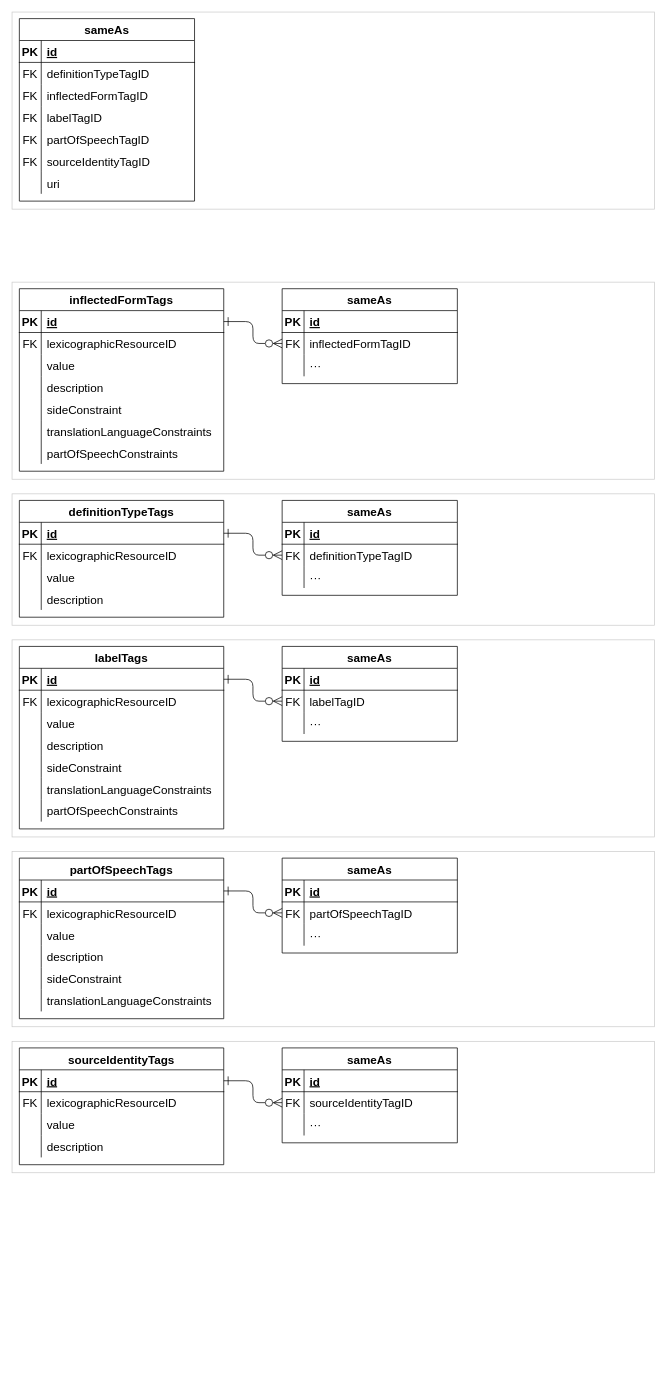
oasis-tcs/lexidma keeps this draw.io diagram as dmlex-v1.0/specification/modules/values/databaseDiagrams/diagrams.drawio. Above is the earlier version. Source tidied: cells renumbered, new cells numbered last; positions are measured from the earlier drawing's top-left corner, leaving out a move shared by most shapes. Both pictures are drawn from the tidied source at 73%, with x=0, y=0 at pixel (12, 12).
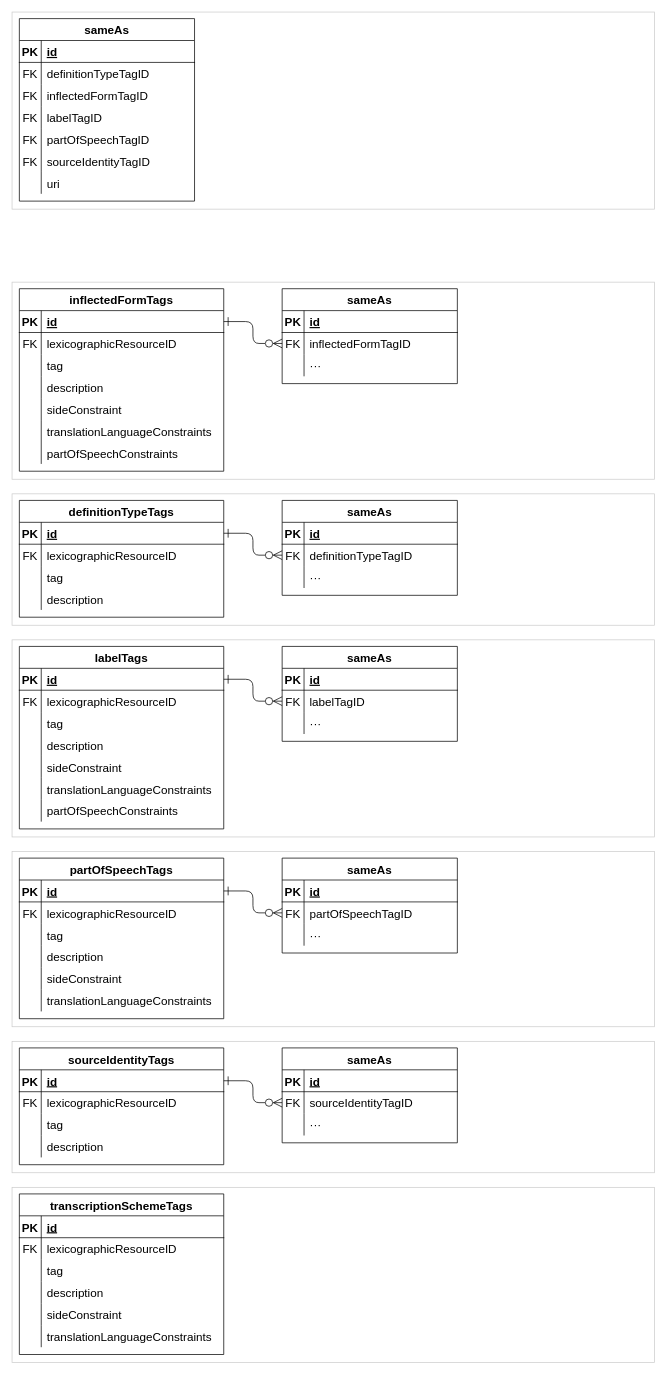
The same diagram, later.

Unchanged cells that the change refers to:
```xml
<mxCell id="11" style="shape=tableRow;horizontal=0;startSize=0;swimlaneHead=0;swimlaneBody=0;fillColor=none;top=0;left=0;right=0;bottom=0;fontSize=16;" parent="4" vertex="1">
  <mxGeometry y="90" width="280" height="30" as="geometry" />
</mxCell>
<mxCell id="67" style="shape=tableRow;horizontal=0;startSize=0;swimlaneHead=0;swimlaneBody=0;fillColor=none;top=0;left=0;right=0;bottom=0;fontSize=16;" parent="60" vertex="1">
  <mxGeometry y="90" width="280" height="30" as="geometry" />
</mxCell>
<mxCell id="92" style="shape=tableRow;horizontal=0;startSize=0;swimlaneHead=0;swimlaneBody=0;fillColor=none;top=0;left=0;right=0;bottom=0;fontSize=16;" parent="85" vertex="1">
  <mxGeometry y="90" width="280" height="30" as="geometry" />
</mxCell>
<mxCell id="126" style="shape=tableRow;horizontal=0;startSize=0;swimlaneHead=0;swimlaneBody=0;fillColor=none;top=0;left=0;right=0;bottom=0;fontSize=16;" parent="119" vertex="1">
  <mxGeometry y="90" width="280" height="30" as="geometry" />
</mxCell>
<mxCell id="157" style="shape=tableRow;horizontal=0;startSize=0;swimlaneHead=0;swimlaneBody=0;fillColor=none;top=0;left=0;right=0;bottom=0;fontSize=16;" parent="150" vertex="1">
  <mxGeometry y="90" width="280" height="30" as="geometry" />
</mxCell>
```

Change to the diagram source:
```diff
@@
-    <mxCell id="13" value="value" style="shape=partialRectangle;fillColor=none;top=0;left=0;bottom=0;right=0;align=left;spacingLeft=6;overflow=hidden;fontSize=16;" parent="11" vertex="1">
+    <mxCell id="13" value="tag" style="shape=partialRectangle;fillColor=none;top=0;left=0;bottom=0;right=0;align=left;spacingLeft=6;overflow=hidden;fontSize=16;" parent="11" vertex="1">
       <mxGeometry x="30" width="250" height="30" as="geometry" />
     </mxCell>
@@
-    <mxCell id="69" value="value" style="shape=partialRectangle;fillColor=none;top=0;left=0;bottom=0;right=0;align=left;spacingLeft=6;overflow=hidden;fontSize=16;" parent="67" vertex="1">
+    <mxCell id="69" value="tag" style="shape=partialRectangle;fillColor=none;top=0;left=0;bottom=0;right=0;align=left;spacingLeft=6;overflow=hidden;fontSize=16;" parent="67" vertex="1">
       <mxGeometry x="30" width="250" height="30" as="geometry" />
     </mxCell>
@@
-    <mxCell id="94" value="value" style="shape=partialRectangle;fillColor=none;top=0;left=0;bottom=0;right=0;align=left;spacingLeft=6;overflow=hidden;fontSize=16;" parent="92" vertex="1">
+    <mxCell id="94" value="tag" style="shape=partialRectangle;fillColor=none;top=0;left=0;bottom=0;right=0;align=left;spacingLeft=6;overflow=hidden;fontSize=16;" parent="92" vertex="1">
       <mxGeometry x="30" width="250" height="30" as="geometry" />
     </mxCell>
@@
-    <mxCell id="128" value="value" style="shape=partialRectangle;fillColor=none;top=0;left=0;bottom=0;right=0;align=left;spacingLeft=6;overflow=hidden;fontSize=16;" parent="126" vertex="1">
+    <mxCell id="128" value="tag" style="shape=partialRectangle;fillColor=none;top=0;left=0;bottom=0;right=0;align=left;spacingLeft=6;overflow=hidden;fontSize=16;" parent="126" vertex="1">
       <mxGeometry x="30" width="250" height="30" as="geometry" />
     </mxCell>
@@
-    <mxCell id="159" value="value" style="shape=partialRectangle;fillColor=none;top=0;left=0;bottom=0;right=0;align=left;spacingLeft=6;overflow=hidden;fontSize=16;" parent="157" vertex="1">
+    <mxCell id="159" value="tag" style="shape=partialRectangle;fillColor=none;top=0;left=0;bottom=0;right=0;align=left;spacingLeft=6;overflow=hidden;fontSize=16;" parent="157" vertex="1">
       <mxGeometry x="30" width="250" height="30" as="geometry" />
     </mxCell>
@@
+    <mxCell id="174" style="rounded=0;whiteSpace=wrap;html=1;strokeColor=#CCCCCC;" parent="1" vertex="1">
+      <mxGeometry y="1610" width="880" height="240" as="geometry" />
+    </mxCell>
+    <mxCell id="175" value="transcriptionSchemeTags" style="shape=table;startSize=30;childLayout=tableLayout;rowLines=0;fontStyle=1;align=center;fontSize=16;" parent="1" vertex="1">
+      <mxGeometry x="10" y="1619" width="280" height="220" as="geometry" />
+    </mxCell>
+    <mxCell id="176" style="shape=tableRow;horizontal=0;startSize=0;swimlaneHead=0;swimlaneBody=0;fillColor=none;top=0;left=0;right=0;bottom=1;fontSize=16;" parent="175" vertex="1">
+      <mxGeometry y="30" width="280" height="30" as="geometry" />
+    </mxCell>
+    <mxCell id="177" value="PK" style="shape=partialRectangle;fillColor=none;top=0;left=0;bottom=0;right=0;fontStyle=1;overflow=hidden;fontSize=16;" parent="176" vertex="1">
+      <mxGeometry width="30" height="30" as="geometry" />
+    </mxCell>
+    <mxCell id="178" value="id" style="shape=partialRectangle;fillColor=none;top=0;left=0;bottom=0;right=0;align=left;spacingLeft=6;fontStyle=5;overflow=hidden;fontSize=16;" parent="176" vertex="1">
+      <mxGeometry x="30" width="250" height="30" as="geometry" />
+    </mxCell>
+    <mxCell id="179" style="shape=tableRow;horizontal=0;startSize=0;swimlaneHead=0;swimlaneBody=0;fillColor=none;top=0;left=0;right=0;bottom=0;fontSize=16;" parent="175" vertex="1">
+      <mxGeometry y="60" width="280" height="30" as="geometry" />
+    </mxCell>
+    <mxCell id="180" value="FK" style="shape=partialRectangle;fillColor=none;top=0;left=0;bottom=0;right=0;overflow=hidden;fontSize=16;" parent="179" vertex="1">
+      <mxGeometry width="30" height="30" as="geometry" />
+    </mxCell>
+    <mxCell id="181" value="lexicographicResourceID" style="shape=partialRectangle;fillColor=none;top=0;left=0;bottom=0;right=0;align=left;spacingLeft=6;overflow=hidden;fontSize=16;" parent="179" vertex="1">
+      <mxGeometry x="30" width="250" height="30" as="geometry" />
+    </mxCell>
+    <mxCell id="182" style="shape=tableRow;horizontal=0;startSize=0;swimlaneHead=0;swimlaneBody=0;fillColor=none;top=0;left=0;right=0;bottom=0;fontSize=16;" parent="175" vertex="1">
+      <mxGeometry y="90" width="280" height="30" as="geometry" />
+    </mxCell>
+    <mxCell id="183" style="shape=partialRectangle;fillColor=none;top=0;left=0;bottom=0;right=0;overflow=hidden;fontSize=16;" parent="182" vertex="1">
+      <mxGeometry width="30" height="30" as="geometry" />
+    </mxCell>
+    <mxCell id="184" value="tag" style="shape=partialRectangle;fillColor=none;top=0;left=0;bottom=0;right=0;align=left;spacingLeft=6;overflow=hidden;fontSize=16;" parent="182" vertex="1">
+      <mxGeometry x="30" width="250" height="30" as="geometry" />
+    </mxCell>
+    <mxCell id="185" style="shape=tableRow;horizontal=0;startSize=0;swimlaneHead=0;swimlaneBody=0;fillColor=none;top=0;left=0;right=0;bottom=0;fontSize=16;" parent="175" vertex="1">
+      <mxGeometry y="120" width="280" height="30" as="geometry" />
+    </mxCell>
+    <mxCell id="186" style="shape=partialRectangle;fillColor=none;top=0;left=0;bottom=0;right=0;overflow=hidden;fontSize=16;" parent="185" vertex="1">
+      <mxGeometry width="30" height="30" as="geometry" />
+    </mxCell>
+    <mxCell id="187" value="description" style="shape=partialRectangle;fillColor=none;top=0;left=0;bottom=0;right=0;align=left;spacingLeft=6;overflow=hidden;fontSize=16;" parent="185" vertex="1">
+      <mxGeometry x="30" width="250" height="30" as="geometry" />
+    </mxCell>
+    <mxCell id="188" style="shape=tableRow;horizontal=0;startSize=0;swimlaneHead=0;swimlaneBody=0;fillColor=none;top=0;left=0;right=0;bottom=0;fontSize=16;" parent="175" vertex="1">
+      <mxGeometry y="150" width="280" height="30" as="geometry" />
+    </mxCell>
+    <mxCell id="189" style="shape=partialRectangle;fillColor=none;top=0;left=0;bottom=0;right=0;overflow=hidden;fontSize=16;" parent="188" vertex="1">
+      <mxGeometry width="30" height="30" as="geometry" />
+    </mxCell>
+    <mxCell id="190" value="sideConstraint" style="shape=partialRectangle;fillColor=none;top=0;left=0;bottom=0;right=0;align=left;spacingLeft=6;overflow=hidden;fontSize=16;" parent="188" vertex="1">
+      <mxGeometry x="30" width="250" height="30" as="geometry" />
+    </mxCell>
+    <mxCell id="191" style="shape=tableRow;horizontal=0;startSize=0;swimlaneHead=0;swimlaneBody=0;fillColor=none;top=0;left=0;right=0;bottom=0;fontSize=16;" parent="175" vertex="1">
+      <mxGeometry y="180" width="280" height="30" as="geometry" />
+    </mxCell>
+    <mxCell id="192" style="shape=partialRectangle;fillColor=none;top=0;left=0;bottom=0;right=0;overflow=hidden;fontSize=16;" parent="191" vertex="1">
+      <mxGeometry width="30" height="30" as="geometry" />
+    </mxCell>
+    <mxCell id="193" value="translationLanguageConstraints" style="shape=partialRectangle;fillColor=none;top=0;left=0;bottom=0;right=0;align=left;spacingLeft=6;overflow=hidden;fontSize=16;" parent="191" vertex="1">
+      <mxGeometry x="30" width="250" height="30" as="geometry" />
+    </mxCell>
```
